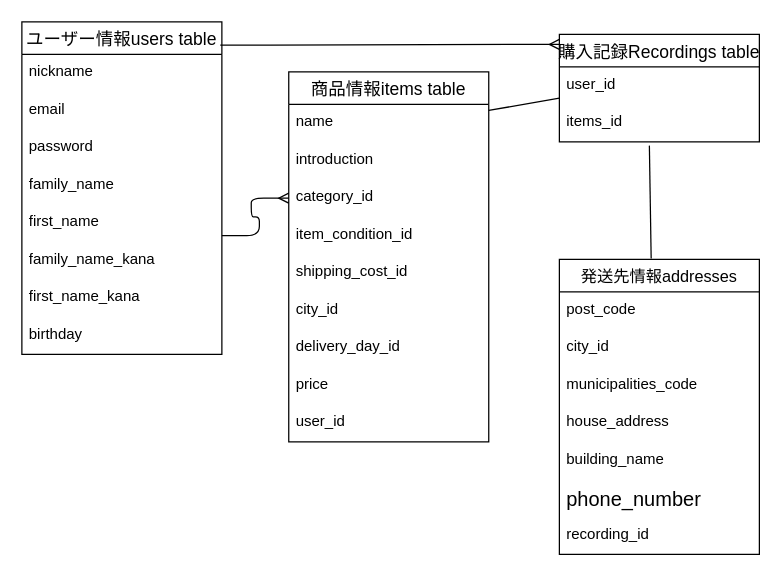
This is ER.dio from yuri050/furima-37329, a draw.io file, before an edit. Source tidied: cells renumbered, new cells numbered last; positions are measured from the earlier drawing's top-left corner, leaving out a move shared by most shapes. Both pictures are drawn from the tidied source at 125%, with x=0, y=0 at pixel (21, 21).
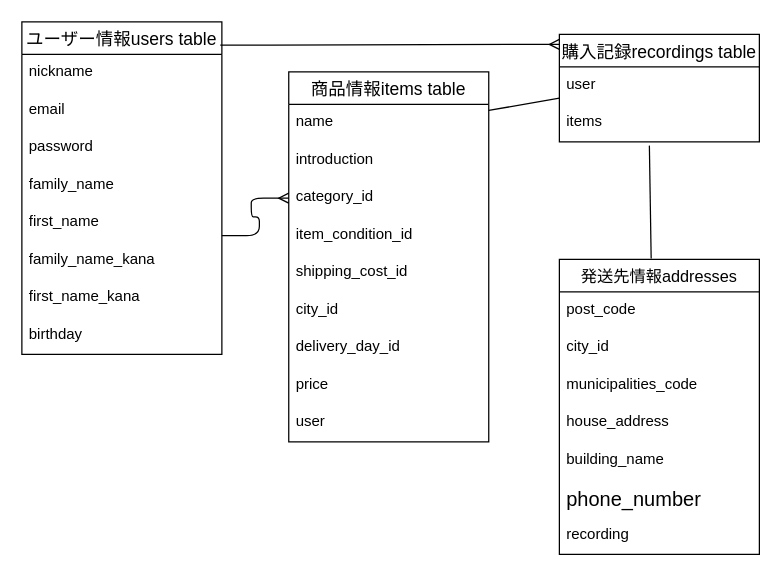
Above is the later version.

Commit message (it also covers changes not shown here):
データベース設計 #3 （修正４

Unchanged cells that the change refers to:
```xml
<mxCell id="11" value="商品情報items table" style="swimlane;fontStyle=0;horizontal=1;startSize=26;align=center;fontSize=14;" parent="1" vertex="1">
  <mxGeometry x="213.5" y="40" width="160" height="296" as="geometry" />
</mxCell>
<mxCell id="24" value="発送先情報addresses" style="swimlane;fontStyle=0;horizontal=1;startSize=26;align=center;fontSize=13;" parent="1" vertex="1">
  <mxGeometry x="430" y="190" width="160" height="236" as="geometry" />
</mxCell>
```

Diff of the diagram source:
```diff
@@
-    <mxCell id="20" value="user_id" style="text;strokeColor=none;fillColor=none;spacingLeft=4;spacingRight=4;overflow=hidden;fontSize=12;" parent="11" vertex="1">
+    <mxCell id="20" value="user" style="text;strokeColor=none;fillColor=none;spacingLeft=4;spacingRight=4;overflow=hidden;fontSize=12;" parent="11" vertex="1">
       <mxGeometry y="266" width="160" height="30" as="geometry" />
     </mxCell>
-    <mxCell id="21" value="購入記録Recordings table" style="swimlane;fontStyle=0;horizontal=1;startSize=26;align=center;fontSize=14;" parent="1" vertex="1">
+    <mxCell id="21" value="購入記録recordings table" style="swimlane;fontStyle=0;horizontal=1;startSize=26;align=center;fontSize=14;" parent="1" vertex="1">
       <mxGeometry x="430" y="10" width="160" height="86" as="geometry" />
     </mxCell>
-    <mxCell id="22" value="user_id" style="text;strokeColor=none;fillColor=none;spacingLeft=4;spacingRight=4;overflow=hidden;fontSize=12;" parent="21" vertex="1">
+    <mxCell id="22" value="user" style="text;strokeColor=none;fillColor=none;spacingLeft=4;spacingRight=4;overflow=hidden;fontSize=12;" parent="21" vertex="1">
       <mxGeometry y="26" width="160" height="30" as="geometry" />
     </mxCell>
-    <mxCell id="23" value="items_id" style="text;strokeColor=none;fillColor=none;spacingLeft=4;spacingRight=4;overflow=hidden;points=[[0,0.5],[1,0.5]];portConstraint=eastwest;fontSize=12;" parent="21" vertex="1">
+    <mxCell id="23" value="items" style="text;strokeColor=none;fillColor=none;spacingLeft=4;spacingRight=4;overflow=hidden;points=[[0,0.5],[1,0.5]];portConstraint=eastwest;fontSize=12;" parent="21" vertex="1">
       <mxGeometry y="56" width="160" height="30" as="geometry" />
     </mxCell>
@@
-    <mxCell id="31" value="recording_id" style="text;strokeColor=none;fillColor=none;spacingLeft=4;spacingRight=4;overflow=hidden;fontSize=12;" parent="24" vertex="1">
+    <mxCell id="31" value="recording" style="text;strokeColor=none;fillColor=none;spacingLeft=4;spacingRight=4;overflow=hidden;fontSize=12;" parent="24" vertex="1">
       <mxGeometry y="206" width="160" height="30" as="geometry" />
     </mxCell>
```
